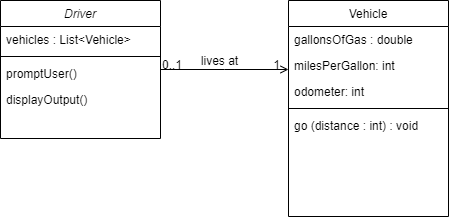
This is GHActionsClassDiagram.drawio.png from discospiff/GitHubActionsDemo, a draw.io export, as it was before one commit. Source tidied: cells renumbered, new cells last; positions are measured from the earlier drawing's top-left corner, leaving out a move shared by most shapes. Its diagram source:
```xml
<mxGraphModel>
  <root>
    <mxCell id="0" />
    <mxCell id="1" parent="0" />
    <mxCell id="2" value="Driver" style="swimlane;fontStyle=2;align=center;verticalAlign=top;horizontal=1;startSize=26;rounded=0;shadow=0;strokeWidth=1;" parent="1" vertex="1">
      <mxGeometry width="160" height="138" as="geometry" />
    </mxCell>
    <mxCell id="3" value="vehicles : List&lt;Vehicle&gt;" style="text;align=left;verticalAlign=top;spacingLeft=4;spacingRight=4;overflow=hidden;rounded=0;shadow=0;html=0;" parent="2" vertex="1">
      <mxGeometry y="26" width="160" height="26" as="geometry" />
    </mxCell>
    <mxCell id="4" style="line;html=1;strokeWidth=1;align=left;verticalAlign=middle;spacingTop=-1;spacingLeft=3;spacingRight=3;labelPosition=right;" parent="2" vertex="1">
      <mxGeometry y="52" width="160" height="8" as="geometry" />
    </mxCell>
    <mxCell id="5" value="promptUser()" style="text;align=left;verticalAlign=top;spacingLeft=4;spacingRight=4;overflow=hidden;" parent="2" vertex="1">
      <mxGeometry y="60" width="160" height="26" as="geometry" />
    </mxCell>
    <mxCell id="6" value="displayOutput()" style="text;align=left;verticalAlign=top;spacingLeft=4;spacingRight=4;overflow=hidden;" parent="2" vertex="1">
      <mxGeometry y="86" width="160" height="26" as="geometry" />
    </mxCell>
    <mxCell id="7" value="Vehicle" style="swimlane;fontStyle=0;align=center;verticalAlign=top;horizontal=1;startSize=26;rounded=0;shadow=0;strokeWidth=1;" parent="1" vertex="1">
      <mxGeometry x="288" width="160" height="216" as="geometry" />
    </mxCell>
    <mxCell id="8" value="gallonsOfGas : double" style="text;align=left;verticalAlign=top;spacingLeft=4;spacingRight=4;overflow=hidden;" parent="7" vertex="1">
      <mxGeometry y="26" width="160" height="26" as="geometry" />
    </mxCell>
    <mxCell id="9" value="milesPerGallon: int" style="text;align=left;verticalAlign=top;spacingLeft=4;spacingRight=4;overflow=hidden;rounded=0;shadow=0;html=0;" parent="7" vertex="1">
      <mxGeometry y="52" width="160" height="26" as="geometry" />
    </mxCell>
    <mxCell id="10" value="odometer: int" style="text;align=left;verticalAlign=top;spacingLeft=4;spacingRight=4;overflow=hidden;rounded=0;shadow=0;html=0;" parent="7" vertex="1">
      <mxGeometry y="78" width="160" height="26" as="geometry" />
    </mxCell>
    <mxCell id="11" style="line;html=1;strokeWidth=1;align=left;verticalAlign=middle;spacingTop=-1;spacingLeft=3;spacingRight=3;labelPosition=right;" parent="7" vertex="1">
      <mxGeometry y="104" width="160" height="8" as="geometry" />
    </mxCell>
    <mxCell id="12" value="go (distance : int) : void" style="text;align=left;verticalAlign=top;spacingLeft=4;spacingRight=4;overflow=hidden;" parent="7" vertex="1">
      <mxGeometry y="112" width="160" height="26" as="geometry" />
    </mxCell>
    <mxCell id="13" style="endArrow=open;shadow=0;strokeWidth=1;rounded=0;endFill=1;edgeStyle=elbowEdgeStyle;elbow=vertical;" parent="1" edge="1" source="2" target="7">
      <mxGeometry x="0.5" y="41" relative="1" as="geometry">
        <mxPoint x="-40" y="32" as="offset" />
      </mxGeometry>
    </mxCell>
    <mxCell id="14" value="0..1" style="align=left;verticalAlign=bottom;labelBackgroundColor=none;fontSize=12;" parent="13" vertex="1">
      <mxGeometry x="-1" relative="1" as="geometry">
        <mxPoint y="4" as="offset" />
      </mxGeometry>
    </mxCell>
    <mxCell id="15" value="1" style="align=right;verticalAlign=bottom;labelBackgroundColor=none;fontSize=12;" parent="13" vertex="1">
      <mxGeometry x="1" relative="1" as="geometry">
        <mxPoint x="-7" y="4" as="offset" />
      </mxGeometry>
    </mxCell>
    <mxCell id="16" value="lives at" style="text;html=1;align=center;verticalAlign=middle;labelBackgroundColor=none;rounded=0;shadow=0;strokeWidth=1;fontSize=12;" parent="13" vertex="1">
      <mxGeometry x="0.5" y="49" relative="1" as="geometry">
        <mxPoint x="-38" y="40" as="offset" />
      </mxGeometry>
    </mxCell>
  </root>
</mxGraphModel>
```
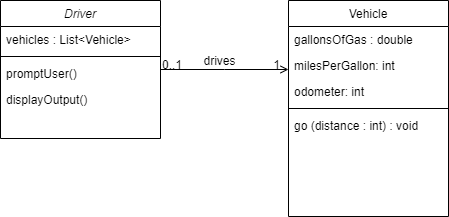
After the change.

Change to the diagram source:
```diff
@@ -50,7 +50,7 @@
         <mxPoint x="-7" y="4" as="offset" />
       </mxGeometry>
     </mxCell>
-    <mxCell id="16" value="lives at" style="text;html=1;align=center;verticalAlign=middle;labelBackgroundColor=none;rounded=0;shadow=0;strokeWidth=1;fontSize=12;" parent="13" vertex="1">
+    <mxCell id="16" value="drives" style="text;html=1;align=center;verticalAlign=middle;labelBackgroundColor=none;rounded=0;shadow=0;strokeWidth=1;fontSize=12;" parent="13" vertex="1">
       <mxGeometry x="0.5" y="49" relative="1" as="geometry">
         <mxPoint x="-38" y="40" as="offset" />
       </mxGeometry>
```
